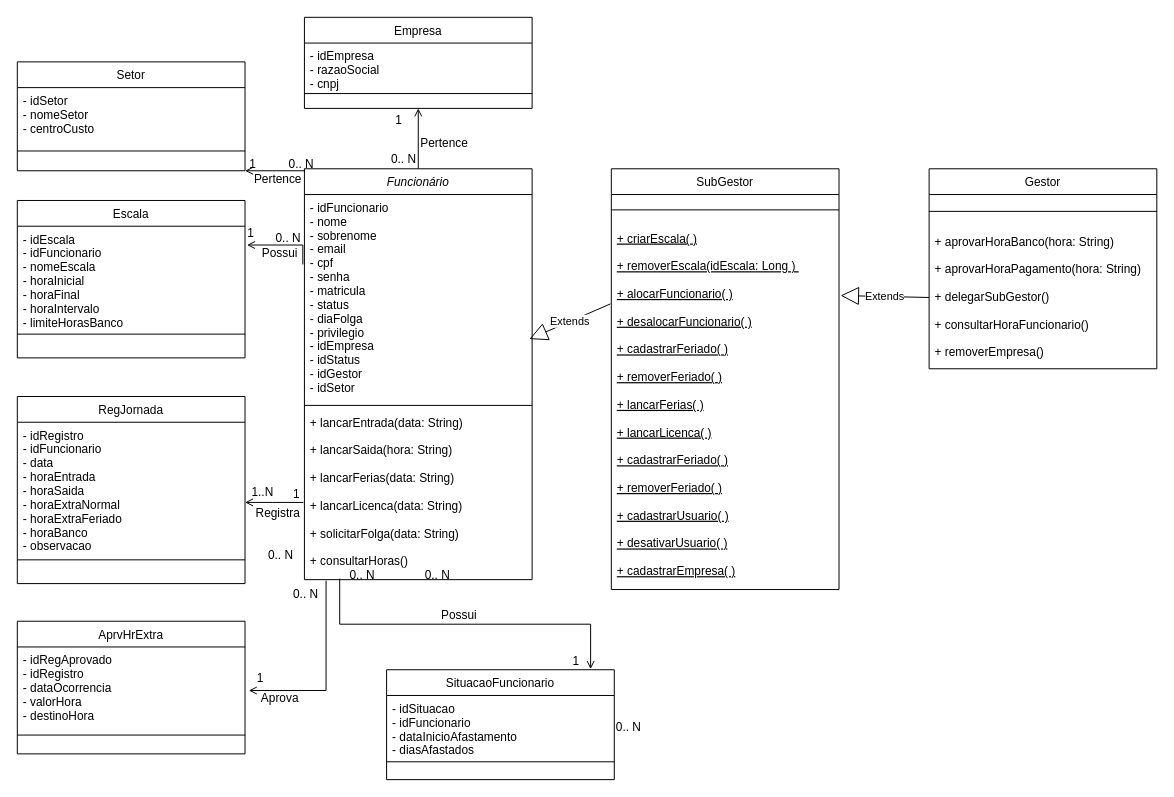
The draw.io diagram 02-Draw.IO/diagrama-de-classes.drawio in samirnagib/ibmr-sgep-doc, before the edit. Source tidied: cells renumbered, new cells numbered last; positions are measured from the earlier drawing's top-left corner, leaving out a move shared by most shapes. Both pictures are drawn from the tidied source at 99%, with x=0, y=0 at pixel (17, 17).
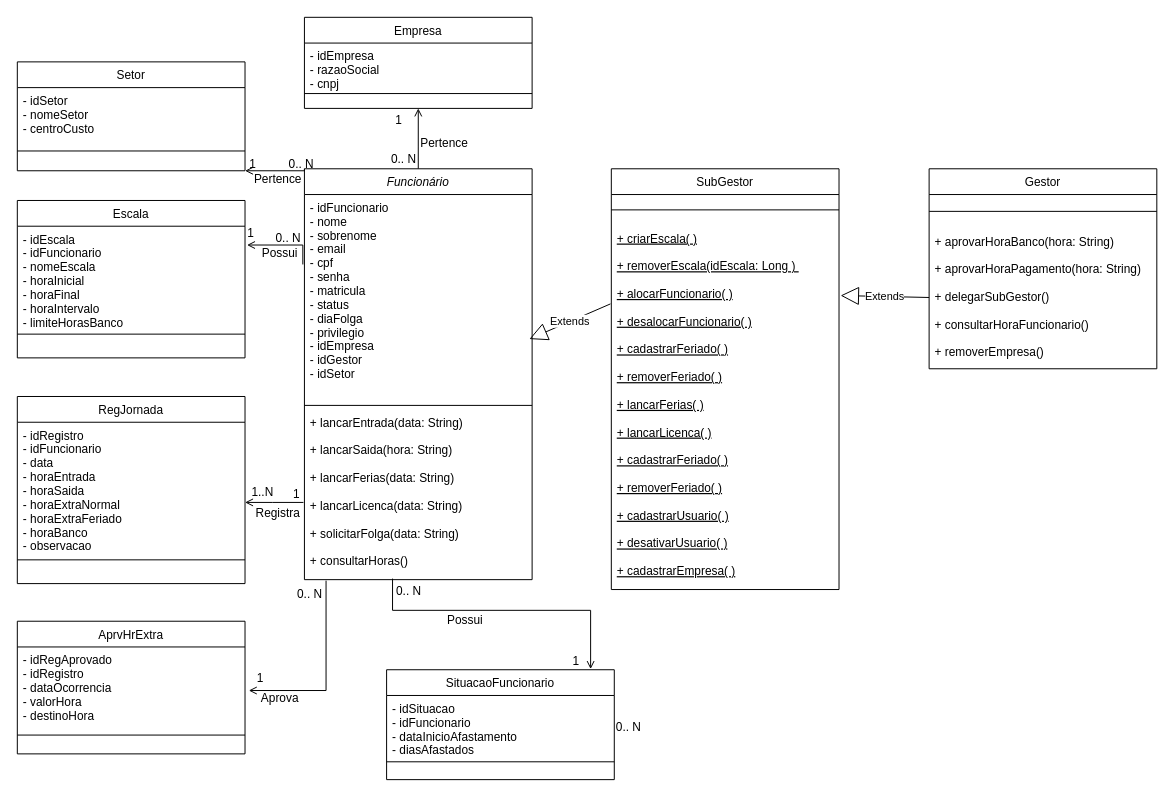
The same page after the edit.

Commit message (it also covers changes not shown here):
Ajustes Diagrama classe e criacao diagrama sequencia

The change refers to these unchanged cells:
```xml
<mxCell id="6" value="Funcionário" style="swimlane;fontStyle=2;align=center;verticalAlign=top;horizontal=1;startSize=26;rounded=0;shadow=0;strokeWidth=1;" parent="1" vertex="1">
  <mxGeometry x="290" y="153" width="230" height="415" as="geometry" />
</mxCell>
<mxCell id="9" value="+ lancarEntrada(data: String)&#10;&#10;+ lancarSaida(hora: String)&#10;&#10;+ lancarFerias(data: String)&#10;&#10;+ lancarLicenca(data: String)&#10;&#10;+ solicitarFolga(data: String)&#10;&#10;+ consultarHoras()" style="text;align=left;verticalAlign=top;spacingLeft=4;spacingRight=4;overflow=hidden;points=[[0,0.5],[1,0.5]];portConstraint=eastwest;fontStyle=0;" parent="6" vertex="1">
  <mxGeometry y="243" width="230" height="172" as="geometry" />
</mxCell>
<mxCell id="45" style="endArrow=open;shadow=0;strokeWidth=1;rounded=0;endFill=1;edgeStyle=elbowEdgeStyle;elbow=vertical;exitX=0.095;exitY=1.006;exitDx=0;exitDy=0;exitPerimeter=0;" parent="1" edge="1" source="9">
  <mxGeometry x="0.5" y="41" relative="1" as="geometry">
    <mxPoint x="233.8" y="680" as="targetPoint" />
    <Array as="points">
      <mxPoint x="261.8" y="680" />
      <mxPoint x="160.8" y="726" />
      <mxPoint x="190.8" y="643" />
    </Array>
    <mxPoint x="-40" y="32" as="offset" />
  </mxGeometry>
</mxCell>
<mxCell id="56" value="SituacaoFuncionario" style="swimlane;fontStyle=0;align=center;verticalAlign=top;horizontal=1;startSize=26;rounded=0;shadow=0;strokeWidth=1;" parent="1" vertex="1">
  <mxGeometry x="373" y="659" width="230" height="111" as="geometry" />
</mxCell>
```

Diff of the diagram source:
```diff
@@
-    <mxCell id="7" value="- idFuncionario&#10;- nome&#10;- sobrenome&#10;- email&#10;- cpf&#10;- senha&#10;- matricula&#10;- status&#10;- diaFolga&#10;- privilegio&#10;- idEmpresa&#10;- idStatus&#10;- idGestor&#10;- idSetor&#10;&#10;" style="text;align=left;verticalAlign=top;spacingLeft=4;spacingRight=4;overflow=hidden;points=[[0,0.5],[1,0.5]];portConstraint=eastwest;" parent="6" vertex="1">
+    <mxCell id="7" value="- idFuncionario&#10;- nome&#10;- sobrenome&#10;- email&#10;- cpf&#10;- senha&#10;- matricula&#10;- status&#10;- diaFolga&#10;- privilegio&#10;- idEmpresa&#10;- idGestor&#10;- idSetor&#10;&#10;" style="text;align=left;verticalAlign=top;spacingLeft=4;spacingRight=4;overflow=hidden;points=[[0,0.5],[1,0.5]];portConstraint=eastwest;" parent="6" vertex="1">
       <mxGeometry y="26" width="230" height="209" as="geometry" />
     </mxCell>
@@
-    <mxCell id="46" value="0.. N" style="align=left;verticalAlign=bottom;labelBackgroundColor=none;fontSize=12;" parent="45" vertex="1">
-      <mxGeometry x="-1" relative="1" as="geometry">
-        <mxPoint x="-60.2" y="-17.8" as="offset" />
-      </mxGeometry>
-    </mxCell>
@@
     <mxCell id="50" value="Possui&lt;br&gt;" style="text;html=1;align=center;verticalAlign=middle;labelBackgroundColor=none;rounded=0;shadow=0;strokeWidth=1;fontSize=12;" parent="1" vertex="1">
-      <mxGeometry x="445" y="603" as="geometry" />
+      <mxGeometry x="451" y="608" as="geometry" />
     </mxCell>
-    <mxCell id="51" style="endArrow=open;shadow=0;strokeWidth=1;rounded=0;endFill=1;edgeStyle=elbowEdgeStyle;elbow=vertical;exitX=0.155;exitY=0.994;exitDx=0;exitDy=0;exitPerimeter=0;entryX=0.896;entryY=-0.006;entryDx=0;entryDy=0;entryPerimeter=0;" parent="1" edge="1" source="9" target="56">
+    <mxCell id="51" style="endArrow=open;shadow=0;strokeWidth=1;rounded=0;endFill=1;edgeStyle=elbowEdgeStyle;elbow=vertical;exitX=0.387;exitY=0.994;exitDx=0;exitDy=0;exitPerimeter=0;entryX=0.896;entryY=-0.006;entryDx=0;entryDy=0;entryPerimeter=0;" parent="1" edge="1" source="9" target="56">
       <mxGeometry x="0.5" y="41" relative="1" as="geometry">
+        <Array as="points">
+          <mxPoint x="370" y="599" />
+          <mxPoint x="371" y="613" />
+        </Array>
         <mxPoint x="-40" y="32" as="offset" />
       </mxGeometry>
     </mxCell>
     <mxCell id="52" value="0.. N" style="align=left;verticalAlign=bottom;labelBackgroundColor=none;fontSize=12;" parent="51" vertex="1">
       <mxGeometry x="-1" relative="1" as="geometry">
-        <mxPoint x="-48.7" y="24" as="offset" />
+        <mxPoint x="-98" y="24" as="offset" />
       </mxGeometry>
     </mxCell>
     <mxCell id="53" value="0.. N" style="align=left;verticalAlign=bottom;labelBackgroundColor=none;fontSize=12;" parent="1" vertex="1">
-      <mxGeometry x="334" y="572" as="geometry" />
+      <mxGeometry x="381" y="588" as="geometry" />
     </mxCell>
-    <mxCell id="54" value="0.. N" style="align=left;verticalAlign=bottom;labelBackgroundColor=none;fontSize=12;" parent="1" vertex="1">
-      <mxGeometry x="410" y="572" as="geometry" />
-    </mxCell>
```
